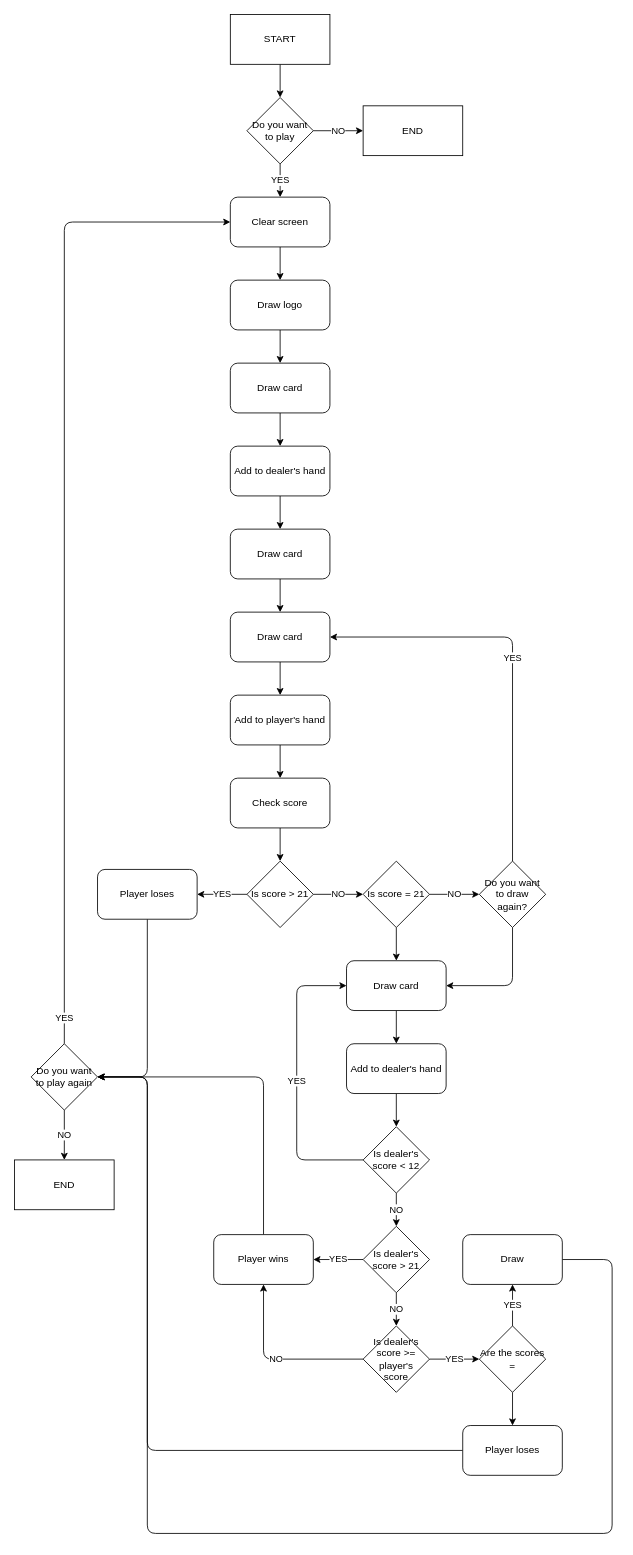
This is Beginner/Day_011_Blackjack_flowchart.drawio from Cryo98/CRS006_UdemyPythonBootcamp2023, a draw.io file, before an edit. Source tidied: cells renumbered, new cells numbered last; positions are measured from the earlier drawing's top-left corner, leaving out a move shared by most shapes. Both pictures are drawn from the tidied source at 83%, with x=0, y=0 at pixel (14, 14).
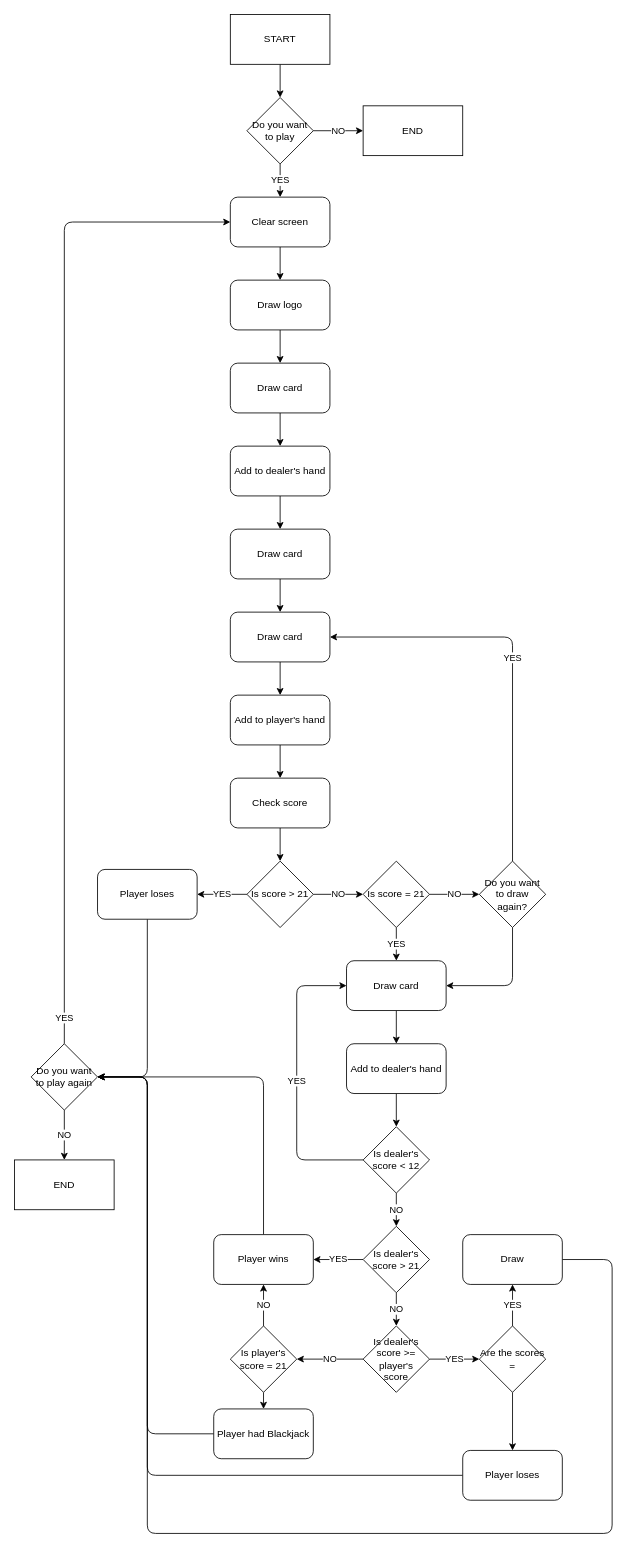
After the change.

Commit message:
Added blackjack condition

The change refers to these unchanged cells:
```xml
<mxCell id="26" value="Is score = 21" style="rhombus;whiteSpace=wrap;html=1;" parent="1" vertex="1">
  <mxGeometry x="420" y="1020" width="80" height="80" as="geometry" />
</mxCell>
<mxCell id="30" value="Draw card" style="rounded=1;whiteSpace=wrap;html=1;" parent="1" vertex="1">
  <mxGeometry x="400" y="1140" width="120" height="60" as="geometry" />
</mxCell>
<mxCell id="40" value="Player wins" style="rounded=1;whiteSpace=wrap;html=1;" parent="1" vertex="1">
  <mxGeometry x="240" y="1470" width="120" height="60" as="geometry" />
</mxCell>
<mxCell id="43" value="Is dealer's score &amp;gt;= player's &lt;br&gt;score" style="rhombus;whiteSpace=wrap;html=1;" parent="1" vertex="1">
  <mxGeometry x="420" y="1580" width="80" height="80" as="geometry" />
</mxCell>
<mxCell id="53" value="Do you want to play again" style="rhombus;whiteSpace=wrap;html=1;" parent="1" vertex="1">
  <mxGeometry x="20" y="1240" width="80" height="80" as="geometry" />
</mxCell>
```

Diff of the diagram source:
```diff
@@
-    <mxCell id="25" style="edgeStyle=none;html=1;" parent="1" edge="1" source="26" target="30">
+    <mxCell id="25" value="YES" style="edgeStyle=none;html=1;" parent="1" edge="1" source="26" target="30">
       <mxGeometry relative="1" as="geometry" />
     </mxCell>
@@
-    <mxCell id="42" value="NO" style="edgeStyle=none;html=1;entryX=0.5;entryY=1;entryDx=0;entryDy=0;" parent="1" edge="1" source="43" target="40">
-      <mxGeometry relative="1" as="geometry">
-        <Array as="points">
-          <mxPoint x="300" y="1620" />
-        </Array>
-      </mxGeometry>
-    </mxCell>
+    <mxCell id="61" value="NO" style="edgeStyle=none;html=1;" parent="1" edge="1" source="43" target="64">
+      <mxGeometry relative="1" as="geometry" />
+    </mxCell>
@@
     <mxCell id="49" style="edgeStyle=none;html=1;entryX=1;entryY=0.5;entryDx=0;entryDy=0;" parent="1" edge="1" source="50" target="53">
       <mxGeometry relative="1" as="geometry">
         <Array as="points">
-          <mxPoint x="160" y="1730" />
+          <mxPoint x="160" y="1760" />
           <mxPoint x="160" y="1280" />
         </Array>
       </mxGeometry>
     </mxCell>
     <mxCell id="50" value="Player loses" style="rounded=1;whiteSpace=wrap;html=1;" parent="1" vertex="1">
-      <mxGeometry x="540" y="1700" width="120" height="60" as="geometry" />
+      <mxGeometry x="540" y="1730" width="120" height="60" as="geometry" />
     </mxCell>
@@
+    <mxCell id="62" value="NO" style="edgeStyle=none;html=1;" parent="1" edge="1" source="64" target="40">
+      <mxGeometry relative="1" as="geometry" />
+    </mxCell>
+    <mxCell id="63" style="edgeStyle=none;html=1;" parent="1" edge="1" source="64" target="66">
+      <mxGeometry relative="1" as="geometry" />
+    </mxCell>
+    <mxCell id="64" value="Is player's score = 21" style="rhombus;whiteSpace=wrap;html=1;" parent="1" vertex="1">
+      <mxGeometry x="260" y="1580" width="80" height="80" as="geometry" />
+    </mxCell>
+    <mxCell id="65" style="edgeStyle=none;html=1;entryX=1;entryY=0.5;entryDx=0;entryDy=0;" parent="1" edge="1" source="66" target="53">
+      <mxGeometry relative="1" as="geometry">
+        <Array as="points">
+          <mxPoint x="160" y="1710" />
+          <mxPoint x="160" y="1280" />
+        </Array>
+      </mxGeometry>
+    </mxCell>
+    <mxCell id="66" value="Player had Blackjack" style="rounded=1;whiteSpace=wrap;html=1;" parent="1" vertex="1">
+      <mxGeometry x="240" y="1680" width="120" height="60" as="geometry" />
+    </mxCell>
```
